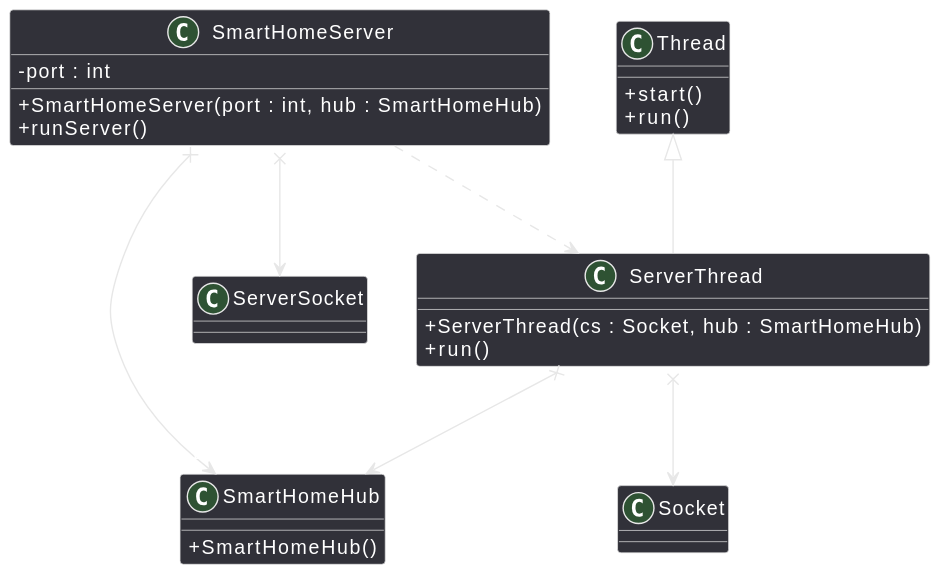
The PlantUML diagram assets/img/sec5/lvl22-1.svg in OnlyCook/abitur-elite-code, before a commit.
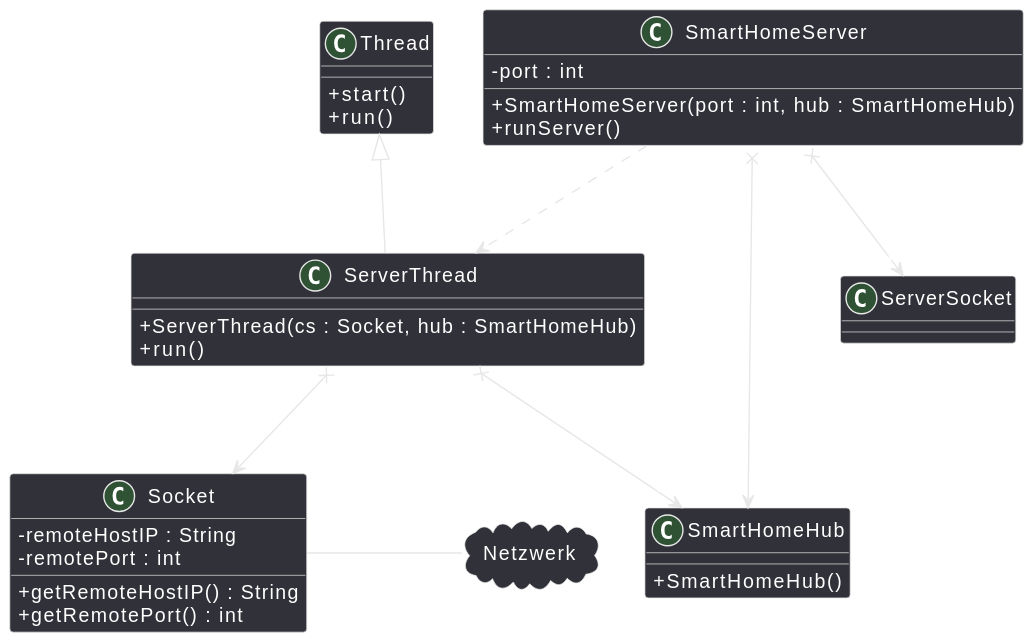
After the commit.

Change to the diagram source:
```diff
@@ -1,4 +1,6 @@
 @startuml
+allowmixing
+
 skinparam backgroundcolor transparent
 skinparam classAttributeIconSize 0
 class SmartHomeServer {
@@ -17,10 +19,18 @@
 class SmartHomeHub {
   + SmartHomeHub()
 }
+class Socket {
+  - remoteHostIP : String
+  - remotePort : int
+  + getRemoteHostIP() : String
+  + getRemotePort() : int
+}
+cloud Netzwerk
 SmartHomeServer x-down-> "1" ServerSocket : -serverSocket
 SmartHomeServer ..> ServerThread : <<creates>>
 ServerThread -up-|> Thread
 ServerThread x--> "1" Socket : -clientSocket
+Socket -right- Netzwerk : " verbindet >"
 SmartHomeServer x--> "1" SmartHomeHub : -hub
 ServerThread x--> "1" SmartHomeHub : -hub
 @enduml
```
